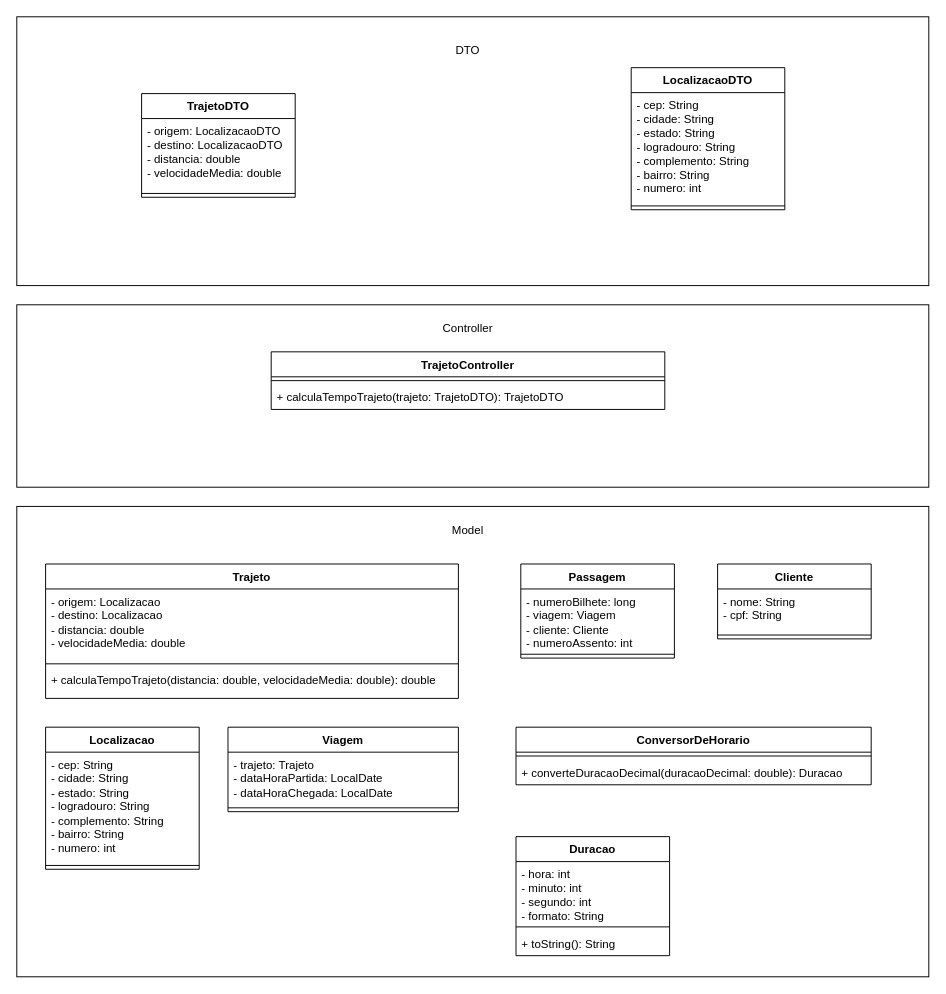
The draw.io diagram ckp1/diagrama_classes_sgv.drawio in GKazukiOnishi/FIAP_MICROSERVICE, before the edit. Source tidied: cells renumbered, new cells numbered last; positions are measured from the earlier drawing's top-left corner, leaving out a move shared by most shapes. Both pictures are drawn from the tidied source at 96%, with x=0, y=0 at pixel (16, 16).
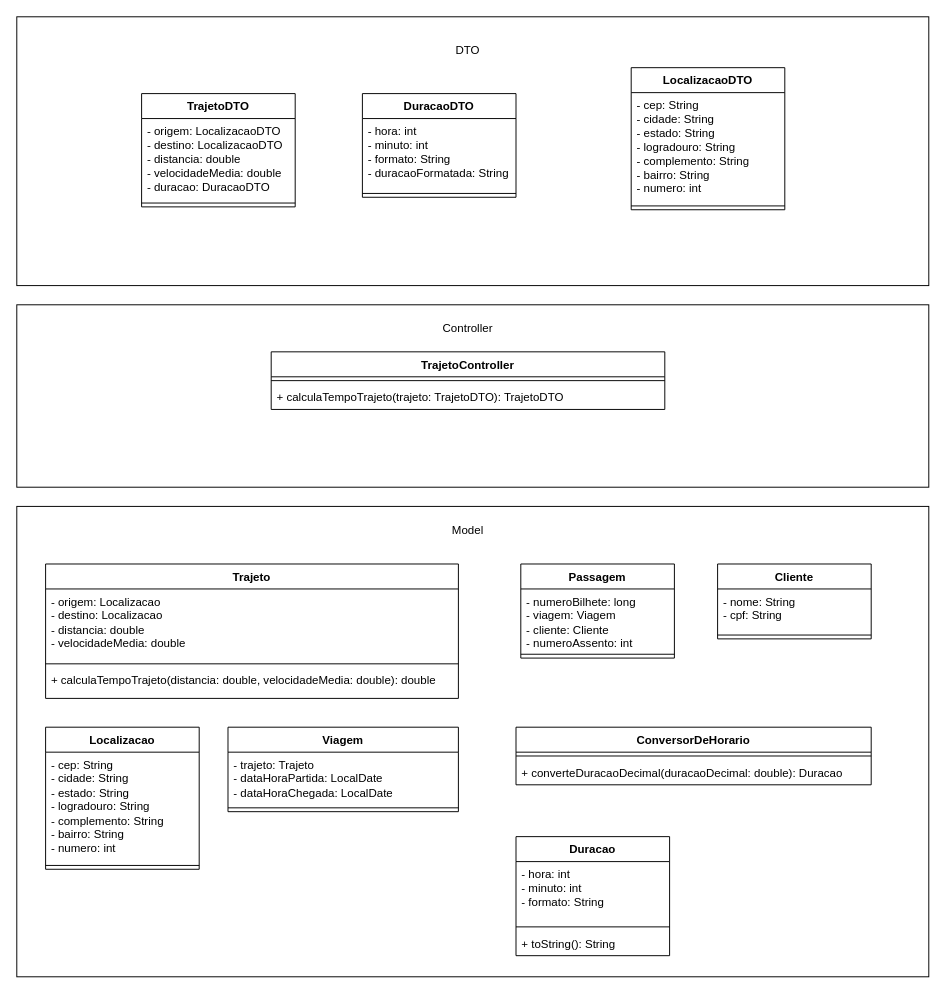
Above is the later version.

Unchanged cells that the change refers to:
```xml
<mxCell id="29" value="Duracao" style="swimlane;fontStyle=1;align=center;verticalAlign=top;horizontal=1;startSize=26;whiteSpace=wrap;html=1;" parent="1" vertex="1">
  <mxGeometry x="520" y="854" width="160" height="124" as="geometry" />
</mxCell>
```

The edit, as a diff of the source:
```diff
@@
-    <mxCell id="30" value="- hora: int&lt;br&gt;- minuto: int&lt;br&gt;- segundo: int&lt;br&gt;- formato: String" style="text;strokeColor=none;fillColor=none;align=left;verticalAlign=top;spacingLeft=4;spacingRight=4;overflow=hidden;whiteSpace=wrap;html=1;" parent="29" vertex="1">
+    <mxCell id="30" value="- hora: int&lt;br&gt;- minuto: int&lt;br&gt;- formato: String" style="text;strokeColor=none;fillColor=none;align=left;verticalAlign=top;spacingLeft=4;spacingRight=4;overflow=hidden;whiteSpace=wrap;html=1;" parent="29" vertex="1">
       <mxGeometry y="26" width="160" height="64" as="geometry" />
     </mxCell>
@@
     <mxCell id="33" value="TrajetoDTO" style="swimlane;fontStyle=1;align=center;verticalAlign=top;horizontal=1;startSize=26;whiteSpace=wrap;html=1;" parent="1" vertex="1">
-      <mxGeometry x="130" y="80" width="160" height="108" as="geometry" />
+      <mxGeometry x="130" y="80" width="160" height="118" as="geometry" />
     </mxCell>
-    <mxCell id="34" value="- origem: LocalizacaoDTO&lt;br style=&quot;border-color: var(--border-color);&quot;&gt;- destino: LocalizacaoDTO&lt;br style=&quot;border-color: var(--border-color);&quot;&gt;- distancia: double&lt;br style=&quot;border-color: var(--border-color);&quot;&gt;- velocidadeMedia: double" style="text;strokeColor=none;fillColor=none;align=left;verticalAlign=top;spacingLeft=4;spacingRight=4;overflow=hidden;whiteSpace=wrap;html=1;" parent="33" vertex="1">
-      <mxGeometry y="26" width="160" height="74" as="geometry" />
+    <mxCell id="34" value="- origem: LocalizacaoDTO&lt;br style=&quot;border-color: var(--border-color);&quot;&gt;- destino: LocalizacaoDTO&lt;br style=&quot;border-color: var(--border-color);&quot;&gt;- distancia: double&lt;br style=&quot;border-color: var(--border-color);&quot;&gt;- velocidadeMedia: double&lt;br&gt;- duracao: DuracaoDTO" style="text;strokeColor=none;fillColor=none;align=left;verticalAlign=top;spacingLeft=4;spacingRight=4;overflow=hidden;whiteSpace=wrap;html=1;" parent="33" vertex="1">
+      <mxGeometry y="26" width="160" height="84" as="geometry" />
     </mxCell>
     <mxCell id="35" style="line;strokeWidth=1;fillColor=none;align=left;verticalAlign=middle;spacingTop=-1;spacingLeft=3;spacingRight=3;labelPosition=right;strokeColor=inherit;" parent="33" vertex="1">
-      <mxGeometry y="100" width="160" height="8" as="geometry" />
+      <mxGeometry y="110" width="160" height="8" as="geometry" />
     </mxCell>
@@
+    <mxCell id="40" value="DuracaoDTO" style="swimlane;fontStyle=1;align=center;verticalAlign=top;horizontal=1;startSize=26;whiteSpace=wrap;html=1;" parent="1" vertex="1">
+      <mxGeometry x="360" y="80" width="160" height="108" as="geometry" />
+    </mxCell>
+    <mxCell id="41" value="- hora: int&lt;br style=&quot;border-color: var(--border-color);&quot;&gt;- minuto: int&lt;br style=&quot;border-color: var(--border-color);&quot;&gt;- formato: String&lt;br&gt;- duracaoFormatada: String" style="text;strokeColor=none;fillColor=none;align=left;verticalAlign=top;spacingLeft=4;spacingRight=4;overflow=hidden;whiteSpace=wrap;html=1;" parent="40" vertex="1">
+      <mxGeometry y="26" width="160" height="74" as="geometry" />
+    </mxCell>
+    <mxCell id="42" style="line;strokeWidth=1;fillColor=none;align=left;verticalAlign=middle;spacingTop=-1;spacingLeft=3;spacingRight=3;labelPosition=right;strokeColor=inherit;" parent="40" vertex="1">
+      <mxGeometry y="100" width="160" height="8" as="geometry" />
+    </mxCell>
```
